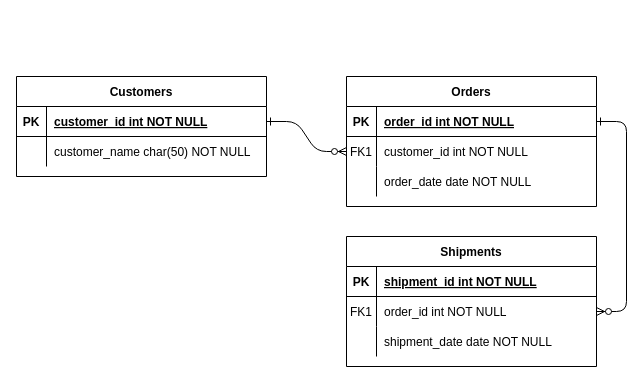
AlvirElWapo/NovenoSemestre keeps this draw.io diagram as DATABASE_DIAGRAM.drawio. Above is the earlier version. Source tidied: cells renumbered, new cells numbered last; positions are measured from the earlier drawing's top-left corner, leaving out a move shared by most shapes. Both pictures are drawn from the tidied source at 100%, with x=0, y=0 at pixel (16, 76).
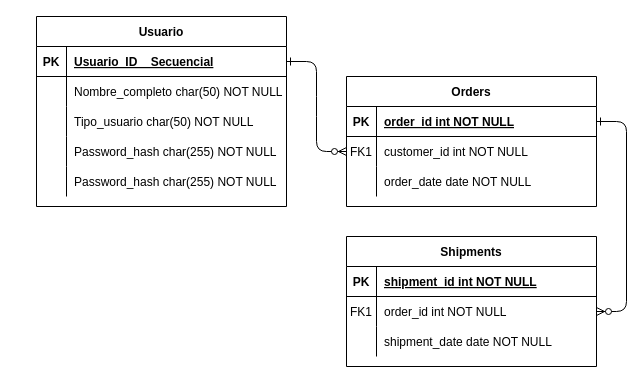
The same page after the edit.

Unchanged cells that the change refers to:
```xml
<mxCell id="25" style="shape=partialRectangle;fillColor=none;points=[[0,0.5],[1,0.5]];portConstraint=eastwest;top=0;left=0;right=0;bottom=1;" parent="24" vertex="1">
  <mxGeometry y="30" width="250" height="30" as="geometry" />
</mxCell>
<mxCell id="28" style="shape=partialRectangle;fillColor=none;top=0;left=0;right=0;bottom=0;" parent="24" vertex="1">
  <mxGeometry y="60" width="250" height="30" as="geometry" />
</mxCell>
```

Diff of the diagram source:
```diff
@@
-    <mxCell id="24" value="Customers" style="shape=table;startSize=30;childLayout=tableLayout;rowLines=0;fontStyle=1;align=center;" parent="1" vertex="1">
-      <mxGeometry width="250" height="100" as="geometry" />
+    <mxCell id="24" value="Usuario" style="shape=table;startSize=30;childLayout=tableLayout;rowLines=0;fontStyle=1;align=center;" parent="1" vertex="1">
+      <mxGeometry x="20" y="-60" width="250" height="190" as="geometry" />
     </mxCell>
@@
-    <mxCell id="27" value="customer_id int NOT NULL " style="shape=partialRectangle;overflow=hidden;fillColor=none;top=0;left=0;bottom=0;right=0;align=left;spacingLeft=6;fontStyle=5;" parent="25" vertex="1">
+    <mxCell id="27" value="Usuario_ID    Secuencial" style="shape=partialRectangle;overflow=hidden;fillColor=none;top=0;left=0;bottom=0;right=0;align=left;spacingLeft=6;fontStyle=5;" parent="25" vertex="1">
       <mxGeometry x="30" width="220" height="30" as="geometry" />
     </mxCell>
@@
-    <mxCell id="30" value="customer_name char(50) NOT NULL" style="shape=partialRectangle;overflow=hidden;fillColor=none;top=0;left=0;bottom=0;right=0;align=left;spacingLeft=6;" parent="28" vertex="1">
+    <mxCell id="30" value="Nombre_completo char(50) NOT NULL" style="shape=partialRectangle;overflow=hidden;fillColor=none;top=0;left=0;bottom=0;right=0;align=left;spacingLeft=6;" parent="28" vertex="1">
       <mxGeometry x="30" width="220" height="30" as="geometry" />
     </mxCell>
+    <mxCell id="31" style="shape=partialRectangle;fillColor=none;top=0;left=0;right=0;bottom=0;" parent="24" vertex="1">
+      <mxGeometry y="90" width="250" height="30" as="geometry" />
+    </mxCell>
+    <mxCell id="32" style="shape=partialRectangle;overflow=hidden;fillColor=none;top=0;left=0;bottom=0;right=0;" parent="31" vertex="1">
+      <mxGeometry width="30" height="30" as="geometry" />
+    </mxCell>
+    <mxCell id="33" value="Tipo_usuario char(50) NOT NULL" style="shape=partialRectangle;overflow=hidden;fillColor=none;top=0;left=0;bottom=0;right=0;align=left;spacingLeft=6;" parent="31" vertex="1">
+      <mxGeometry x="30" width="220" height="30" as="geometry" />
+    </mxCell>
+    <mxCell id="34" style="shape=partialRectangle;fillColor=none;top=0;left=0;right=0;bottom=0;" parent="24" vertex="1">
+      <mxGeometry y="120" width="250" height="30" as="geometry" />
+    </mxCell>
+    <mxCell id="35" style="shape=partialRectangle;overflow=hidden;fillColor=none;top=0;left=0;bottom=0;right=0;" parent="34" vertex="1">
+      <mxGeometry width="30" height="30" as="geometry" />
+    </mxCell>
+    <mxCell id="36" value="Password_hash char(255) NOT NULL" style="shape=partialRectangle;overflow=hidden;fillColor=none;top=0;left=0;bottom=0;right=0;align=left;spacingLeft=6;" parent="34" vertex="1">
+      <mxGeometry x="30" width="220" height="30" as="geometry" />
+    </mxCell>
+    <mxCell id="37" style="shape=partialRectangle;fillColor=none;top=0;left=0;right=0;bottom=0;" parent="24" vertex="1">
+      <mxGeometry y="150" width="250" height="30" as="geometry" />
+    </mxCell>
+    <mxCell id="38" style="shape=partialRectangle;overflow=hidden;fillColor=none;top=0;left=0;bottom=0;right=0;" parent="37" vertex="1">
+      <mxGeometry width="30" height="30" as="geometry" />
+    </mxCell>
+    <mxCell id="39" value="Password_hash char(255) NOT NULL" style="shape=partialRectangle;overflow=hidden;fillColor=none;top=0;left=0;bottom=0;right=0;align=left;spacingLeft=6;" parent="37" vertex="1">
+      <mxGeometry x="30" width="220" height="30" as="geometry" />
+    </mxCell>
```
